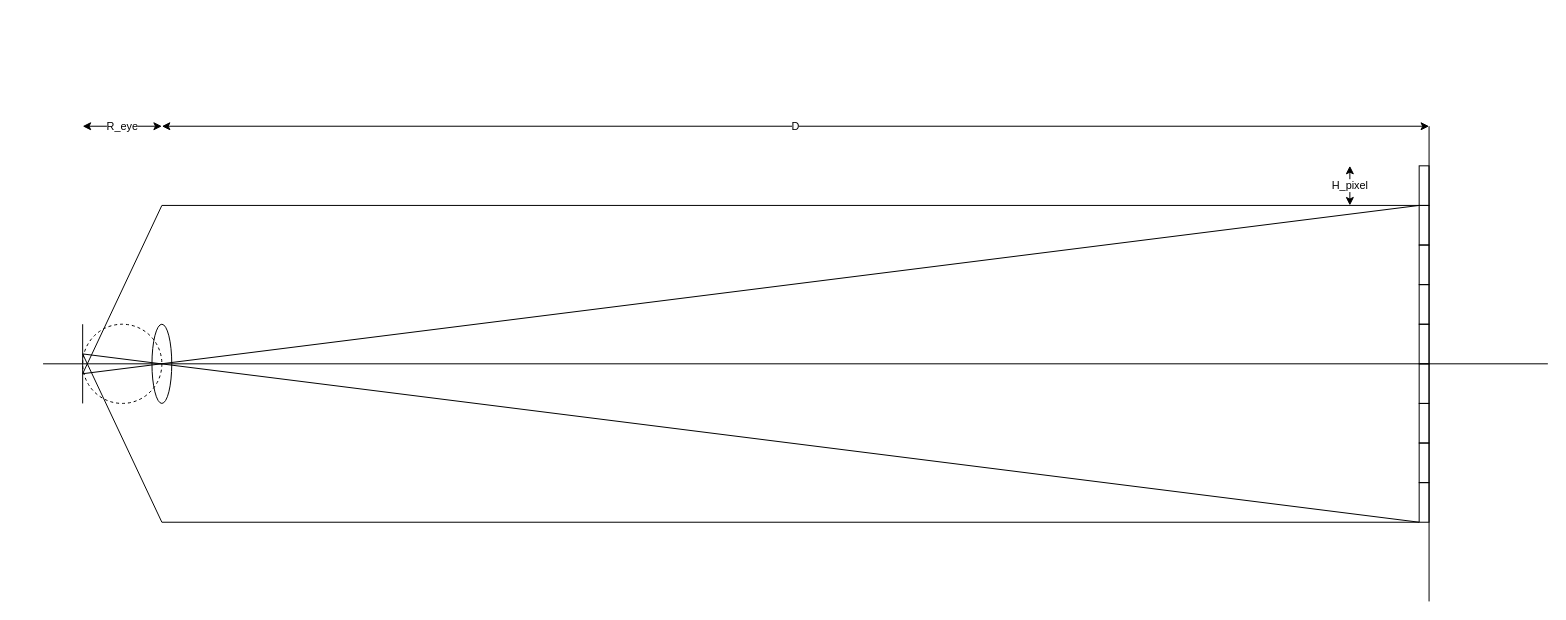
The draw.io diagram page "Page-1" (1 of 3) of Untitled Diagram.drawio in ctsutake/opt, before the edit. Source tidied: cells renumbered, new cells numbered last; positions are measured from the earlier drawing's top-left corner, leaving out a move shared by most shapes. Both pictures are drawn from the tidied source at 99%, with x=0, y=0 at pixel (43, 126).
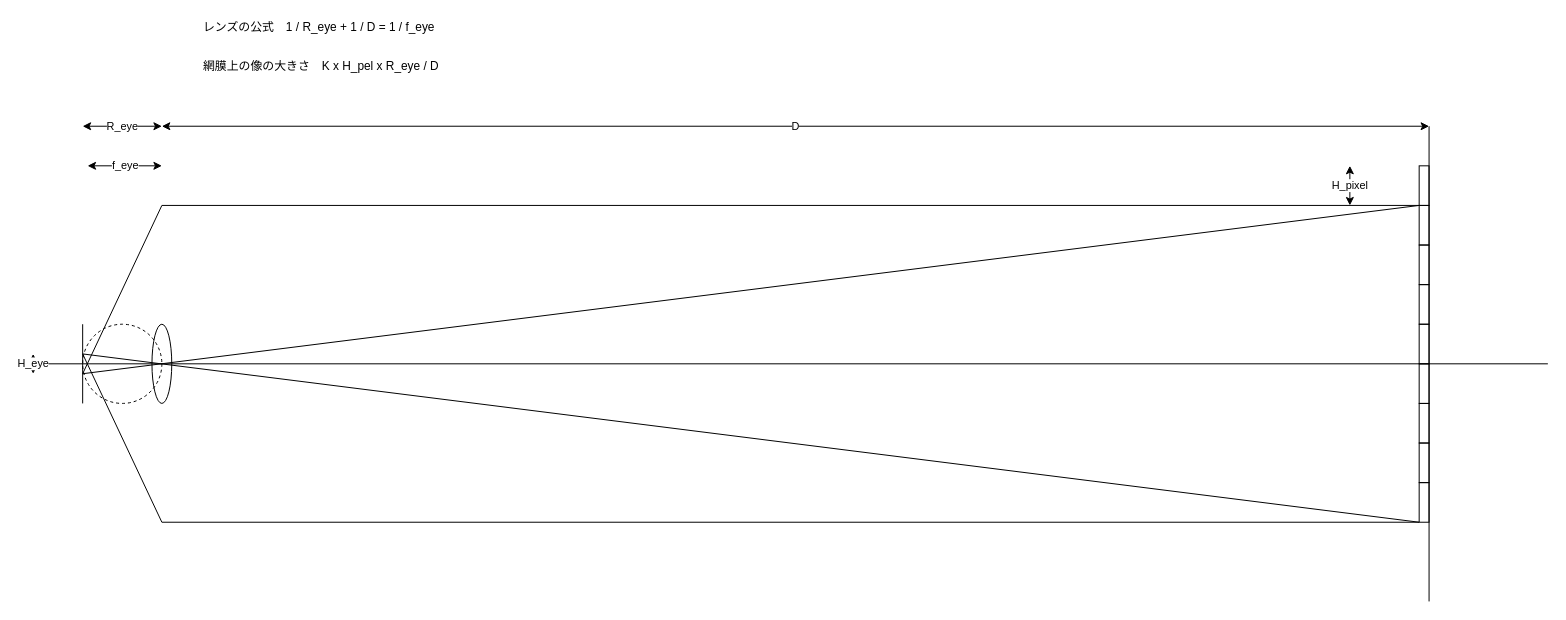
Above is the later version.

What changed in the source:
```diff
@@
+    <mxCell id="25" value="f_eye" style="endArrow=classic;startArrow=classic;html=1;strokeColor=#000000;strokeWidth=1;startFill=1;targetPerimeterSpacing=0;" parent="1" edge="1">
+      <mxGeometry relative="1" as="geometry">
+        <mxPoint x="45" y="40" as="sourcePoint" />
+        <mxPoint x="120" y="40" as="targetPoint" />
+      </mxGeometry>
+    </mxCell>
+    <mxCell id="26" value="H_eye" style="endArrow=classic;html=1;strokeColor=#000000;startArrow=classic;startFill=1;" parent="1" edge="1">
+      <mxGeometry relative="1" as="geometry">
+        <mxPoint x="-10" y="250" as="sourcePoint" />
+        <mxPoint x="-10" y="230" as="targetPoint" />
+      </mxGeometry>
+    </mxCell>
+    <mxCell id="27" value="レンズの公式　1 / R_eye + 1 / D = 1 / f_eye" style="text;html=1;strokeColor=none;fillColor=none;align=left;verticalAlign=middle;whiteSpace=wrap;rounded=0;" parent="1" vertex="1">
+      <mxGeometry x="160" y="-110" width="280" height="20" as="geometry" />
+    </mxCell>
+    <mxCell id="28" value="網膜上の像の大きさ　K x H_pel x R_eye / D &amp;nbsp;" style="text;html=1;strokeColor=none;fillColor=none;align=left;verticalAlign=middle;whiteSpace=wrap;rounded=0;" parent="1" vertex="1">
+      <mxGeometry x="160" y="-70" width="280" height="20" as="geometry" />
+    </mxCell>
```
